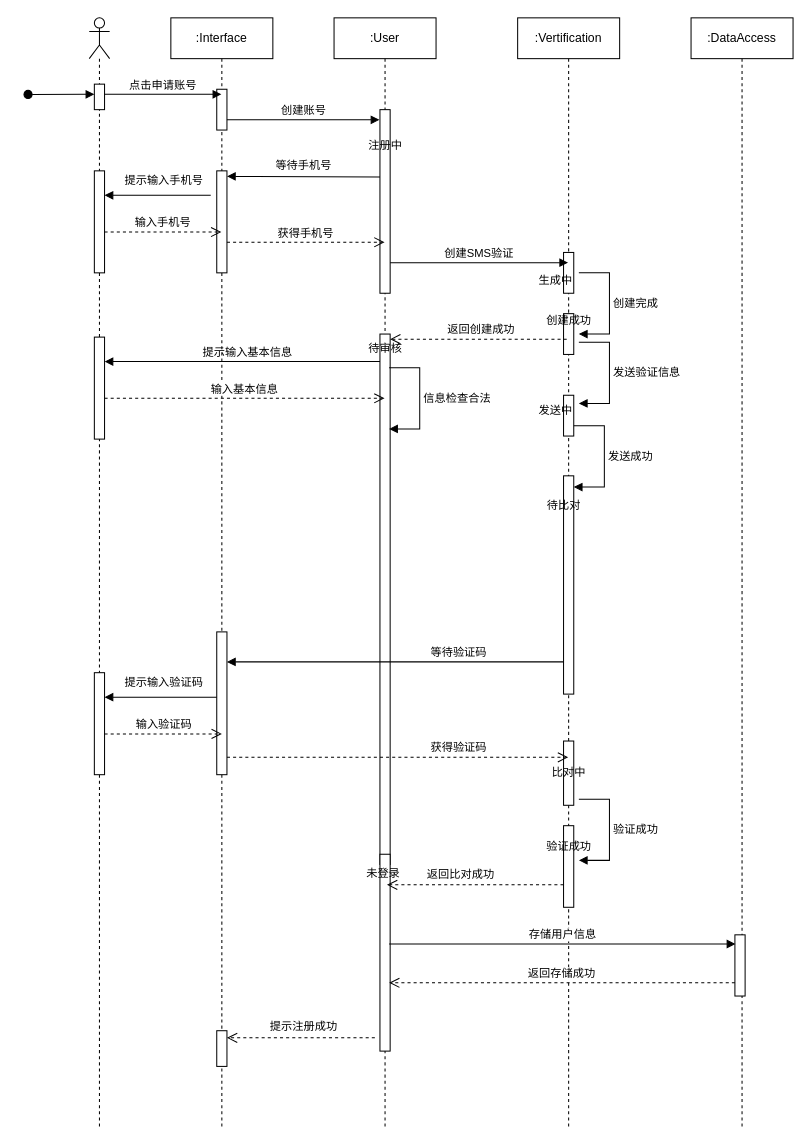
Before: 消费习惯分析与建议时序图-正常流.drawio in PomeloLemon/SoftwareDiagrams, a draw.io diagram. Source tidied: cells renumbered, new cells numbered last; positions are measured from the earlier drawing's top-left corner, leaving out a move shared by most shapes. Both pictures are drawn from the tidied source at 102%, with x=0, y=0 at pixel (28, 17).
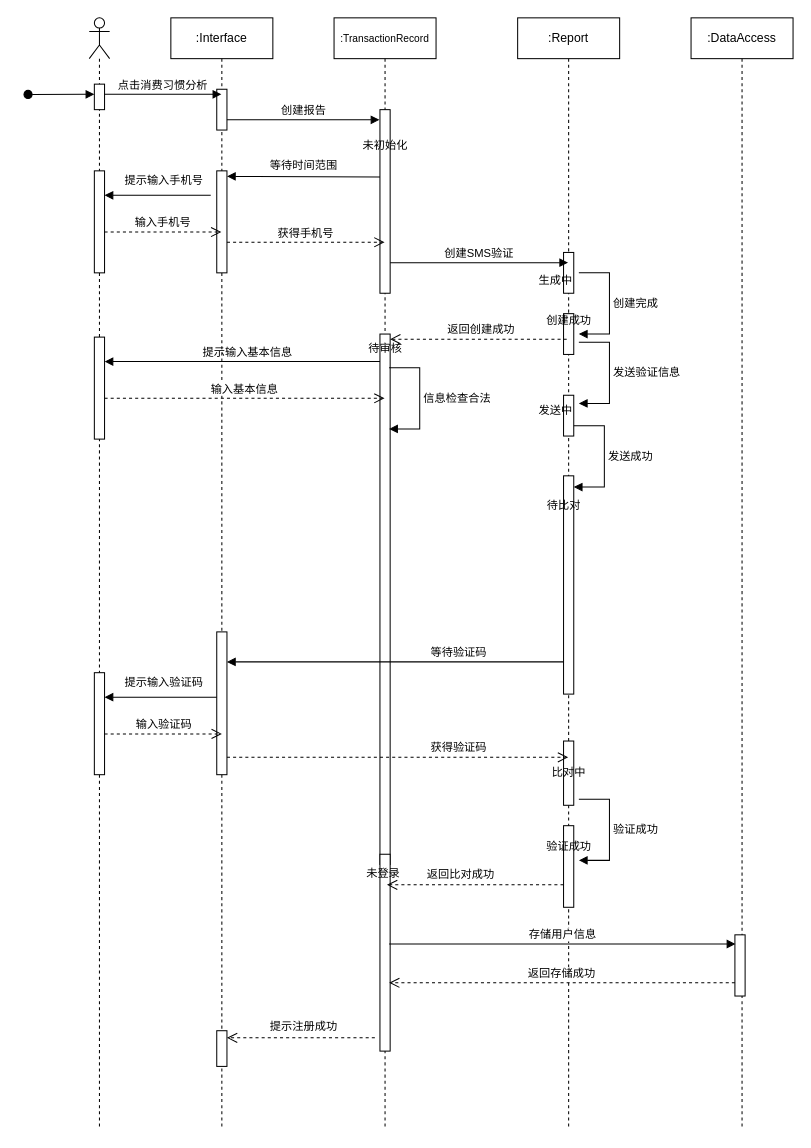
After the change.

Commit message (it also covers changes not shown here):
更新消费习惯分析与建议时序图-正常流.drawio

The change refers to these unchanged cells:
```xml
<mxCell id="18" value=":Interface" style="shape=umlLifeline;perimeter=lifelinePerimeter;whiteSpace=wrap;html=1;outlineConnect=0;portConstraint=eastwest;newEdgeStyle={&quot;curved&quot;:0,&quot;rounded&quot;:0};" parent="1" vertex="1">
  <mxGeometry x="140" width="100" height="1090" as="geometry" />
</mxCell>
<mxCell id="20" style="html=1;points=[];perimeter=orthogonalPerimeter;outlineConnect=0;targetShapes=umlLifeline;portConstraint=eastwest;newEdgeStyle={&quot;edgeStyle&quot;:&quot;elbowEdgeStyle&quot;,&quot;elbow&quot;:&quot;vertical&quot;,&quot;curved&quot;:0,&quot;rounded&quot;:0};" parent="18" vertex="1">
  <mxGeometry x="45" y="70" width="10" height="40" as="geometry" />
</mxCell>
```

The edit, as a diff of the source:
```diff
@@
-    <mxCell id="2" value=":User" style="shape=umlLifeline;perimeter=lifelinePerimeter;whiteSpace=wrap;html=1;outlineConnect=0;portConstraint=eastwest;newEdgeStyle={&quot;edgeStyle&quot;:&quot;elbowEdgeStyle&quot;,&quot;elbow&quot;:&quot;vertical&quot;,&quot;curved&quot;:0,&quot;rounded&quot;:0};" parent="1" vertex="1">
+    <mxCell id="2" value="&lt;font style=&quot;font-size: 10px;&quot;&gt;:TransactionRecord&lt;/font&gt;" style="shape=umlLifeline;perimeter=lifelinePerimeter;whiteSpace=wrap;html=1;outlineConnect=0;portConstraint=eastwest;newEdgeStyle={&quot;edgeStyle&quot;:&quot;elbowEdgeStyle&quot;,&quot;elbow&quot;:&quot;vertical&quot;,&quot;curved&quot;:0,&quot;rounded&quot;:0};" parent="1" vertex="1">
       <mxGeometry x="300" width="100" height="1090" as="geometry" />
     </mxCell>
@@
-    <mxCell id="7" value=":Vertification" style="shape=umlLifeline;perimeter=lifelinePerimeter;whiteSpace=wrap;html=1;outlineConnect=0;portConstraint=eastwest;newEdgeStyle={&quot;edgeStyle&quot;:&quot;elbowEdgeStyle&quot;,&quot;elbow&quot;:&quot;vertical&quot;,&quot;curved&quot;:0,&quot;rounded&quot;:0};" parent="1" vertex="1">
+    <mxCell id="7" value=":Report" style="shape=umlLifeline;perimeter=lifelinePerimeter;whiteSpace=wrap;html=1;outlineConnect=0;portConstraint=eastwest;newEdgeStyle={&quot;edgeStyle&quot;:&quot;elbowEdgeStyle&quot;,&quot;elbow&quot;:&quot;vertical&quot;,&quot;curved&quot;:0,&quot;rounded&quot;:0};" parent="1" vertex="1">
       <mxGeometry x="480" width="100" height="1090" as="geometry" />
     </mxCell>
@@
-    <mxCell id="22" value="点击申请账号" style="html=1;verticalAlign=bottom;endArrow=block;curved=0;rounded=0;" parent="1" edge="1" target="18">
+    <mxCell id="22" value="点击消费习惯分析" style="html=1;verticalAlign=bottom;endArrow=block;curved=0;rounded=0;" parent="1" edge="1" target="18">
       <mxGeometry relative="1" as="geometry">
         <mxPoint x="75" y="75" as="sourcePoint" />
       </mxGeometry>
     </mxCell>
@@
-    <mxCell id="25" value="创建账号" style="html=1;verticalAlign=bottom;endArrow=block;curved=0;rounded=0;" parent="1" edge="1" source="20">
+    <mxCell id="25" value="创建报告" style="html=1;verticalAlign=bottom;endArrow=block;curved=0;rounded=0;" parent="1" edge="1" source="20">
       <mxGeometry relative="1" as="geometry">
         <mxPoint x="344.5" y="100" as="targetPoint" />
       </mxGeometry>
     </mxCell>
-    <mxCell id="26" value="&lt;font style=&quot;font-size: 11px;&quot;&gt;注册中&lt;/font&gt;" style="text;html=1;align=center;verticalAlign=middle;strokeColor=none;fillColor=none;" parent="1" vertex="1">
-      <mxGeometry x="320" y="110" width="60" height="30" as="geometry" />
+    <mxCell id="26" value="&lt;font style=&quot;font-size: 11px;&quot;&gt;未初始化&lt;/font&gt;" style="text;html=1;align=center;verticalAlign=middle;strokeColor=none;fillColor=none;" parent="1" vertex="1">
+      <mxGeometry x="315" y="110" width="70" height="30" as="geometry" />
     </mxCell>
-    <mxCell id="27" value="&lt;font style=&quot;font-size: 11px;&quot;&gt;等待手机号&lt;/font&gt;" style="text;html=1;align=center;verticalAlign=middle;strokeColor=none;fillColor=none;" parent="1" vertex="1">
-      <mxGeometry x="230" y="130" width="80" height="30" as="geometry" />
+    <mxCell id="27" value="&lt;font style=&quot;font-size: 11px;&quot;&gt;等待时间范围&lt;/font&gt;" style="text;html=1;align=center;verticalAlign=middle;strokeColor=none;fillColor=none;" parent="1" vertex="1">
+      <mxGeometry x="225" y="130" width="90" height="30" as="geometry" />
     </mxCell>
```
